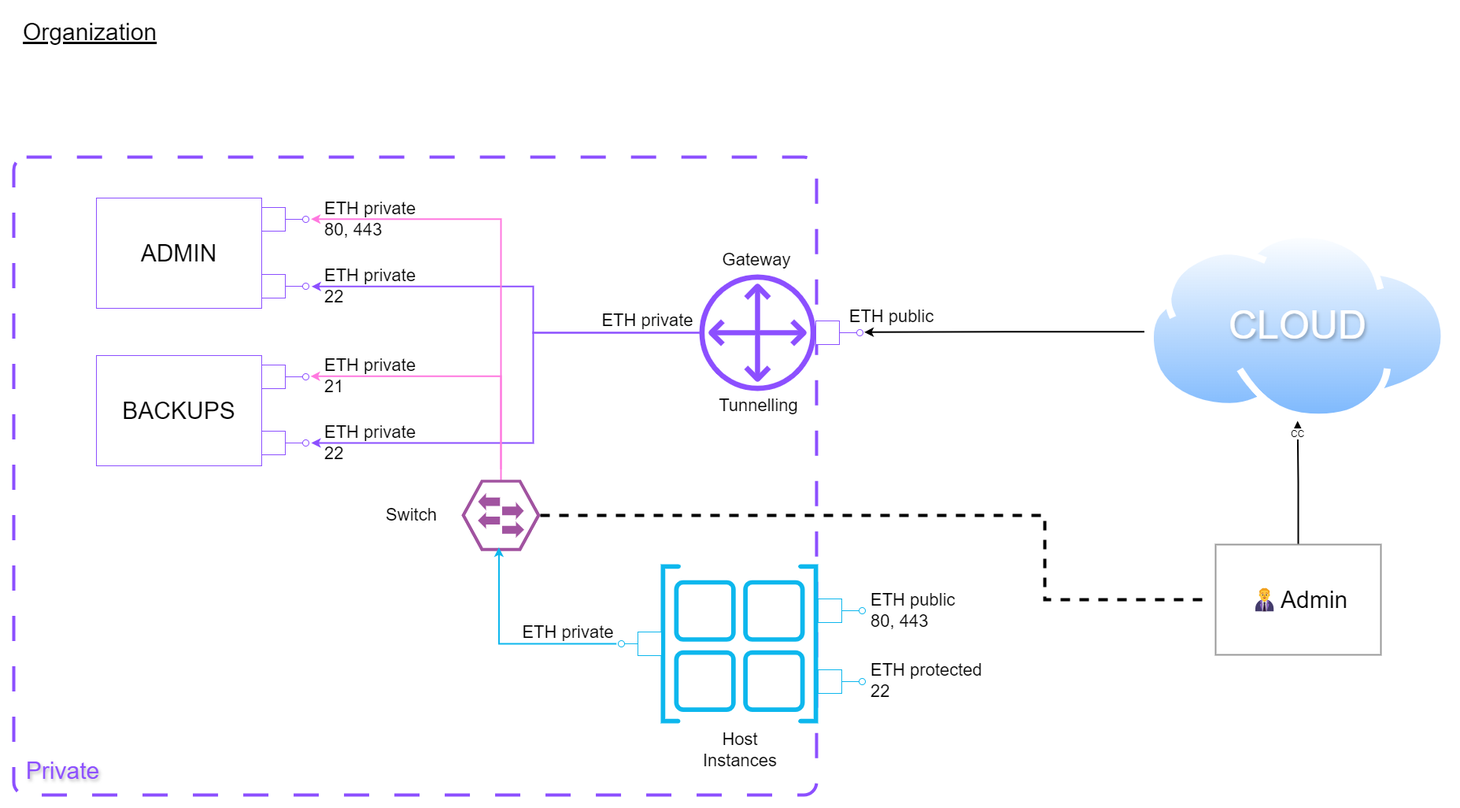
Above: doc/Organization.png in yesbabylon/b2 (draw.io), before the change. Source tidied: cells renumbered, new cells last; positions are measured from the earlier drawing's top-left corner, leaving out a move shared by most shapes.
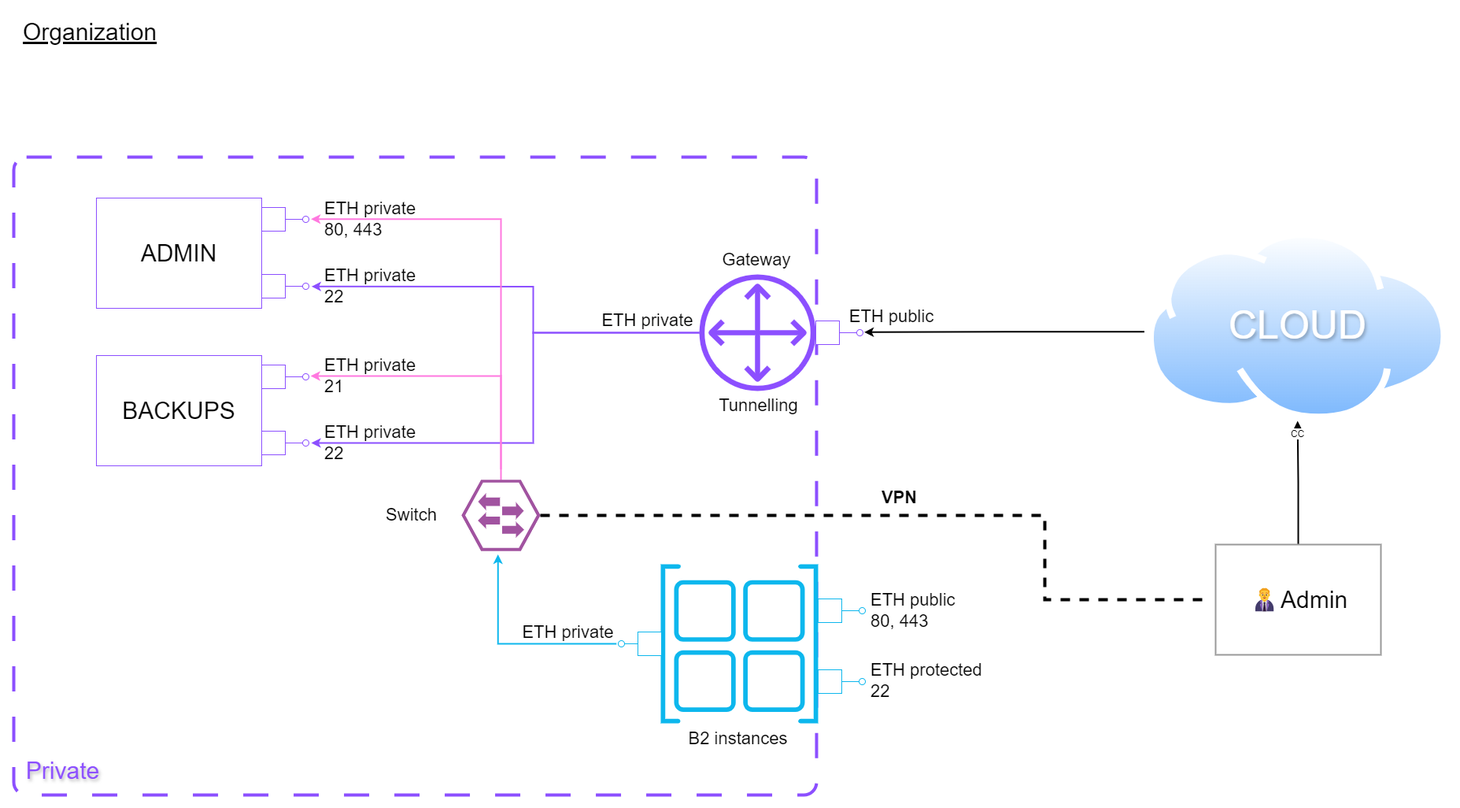
After the change.

The edit, as a diff of the source:
```diff
@@ -70,13 +70,13 @@
     <mxCell id="17" value="ETH public&lt;br&gt;80, 443" style="text;strokeColor=none;align=left;fillColor=none;html=1;verticalAlign=middle;whiteSpace=wrap;rounded=0;fontSize=22;spacingLeft=5;" parent="1" vertex="1">
       <mxGeometry x="1082" y="732" width="118" height="56" as="geometry" />
     </mxCell>
-    <mxCell id="18" value="Host&lt;br&gt;Instances" style="text;strokeColor=none;align=center;fillColor=none;html=1;verticalAlign=middle;whiteSpace=wrap;rounded=0;fontSize=22;" parent="1" vertex="1">
-      <mxGeometry x="883" y="909" width="80" height="56" as="geometry" />
+    <mxCell id="18" value="B2 instances" style="text;strokeColor=none;align=center;fillColor=none;html=1;verticalAlign=middle;whiteSpace=wrap;rounded=0;fontSize=22;" parent="1" vertex="1">
+      <mxGeometry x="854" y="895" width="133" height="56" as="geometry" />
     </mxCell>
-    <mxCell id="19" style="edgeStyle=orthogonalEdgeStyle;rounded=0;jettySize=auto;html=1;entryX=0.474;entryY=0.951;entryDx=0;entryDy=0;entryPerimeter=0;strokeWidth=2;strokeColor=#0DB7ED;exitX=1.294;exitY=0.502;exitDx=0;exitDy=0;exitPerimeter=0;" parent="1" edge="1" source="44" target="11">
+    <mxCell id="19" style="edgeStyle=orthogonalEdgeStyle;rounded=0;jettySize=auto;html=1;strokeWidth=2;strokeColor=#0DB7ED;exitX=1.294;exitY=0.502;exitDx=0;exitDy=0;exitPerimeter=0;entryX=0.462;entryY=1.049;entryDx=0;entryDy=0;entryPerimeter=0;" parent="1" edge="1" source="44" target="11">
       <mxGeometry relative="1" as="geometry">
         <Array as="points">
-          <mxPoint x="616" y="802" />
+          <mxPoint x="615" y="802" />
         </Array>
       </mxGeometry>
     </mxCell>
@@ -200,5 +200,8 @@
     <mxCell id="57" value="&lt;font style=&quot;font-size: 50px;&quot;&gt;CLOUD&lt;/font&gt;" style="text;html=1;align=center;verticalAlign=middle;strokeColor=none;fillColor=none;textShadow=1;fontColor=#FFFFFF;" parent="1" vertex="1">
       <mxGeometry x="1531.2" y="362" width="200" height="70" as="geometry" />
     </mxCell>
+    <mxCell id="58" value="&lt;font style=&quot;font-size: 22px;&quot;&gt;&lt;b&gt;VPN&lt;/b&gt;&lt;/font&gt;" style="text;html=1;align=center;verticalAlign=middle;strokeColor=none;fillColor=none;shadow=1;" parent="1" vertex="1">
+      <mxGeometry x="1090" y="597" width="70" height="40" as="geometry" />
+    </mxCell>
   </root>
 </mxGraphModel>
```
